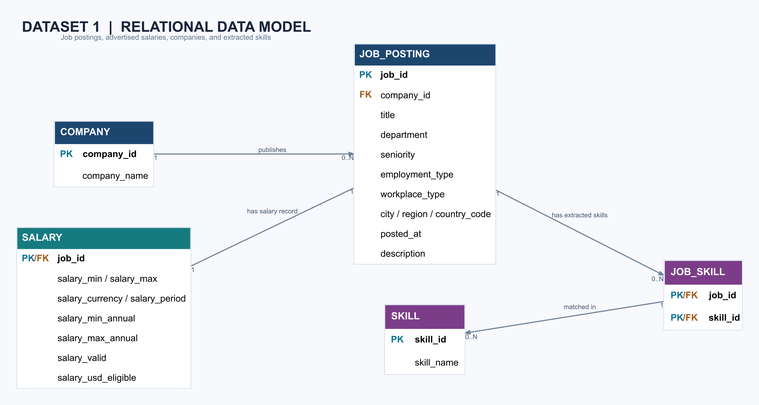
The Graphviz diagram ER_Diagram/Dataset1_ER_Diagram.png in Afwans/DATA607-Project3, before a commit. Its source is kept beside it as ER_Diagram/Dataset1_ER_Diagram.dot.
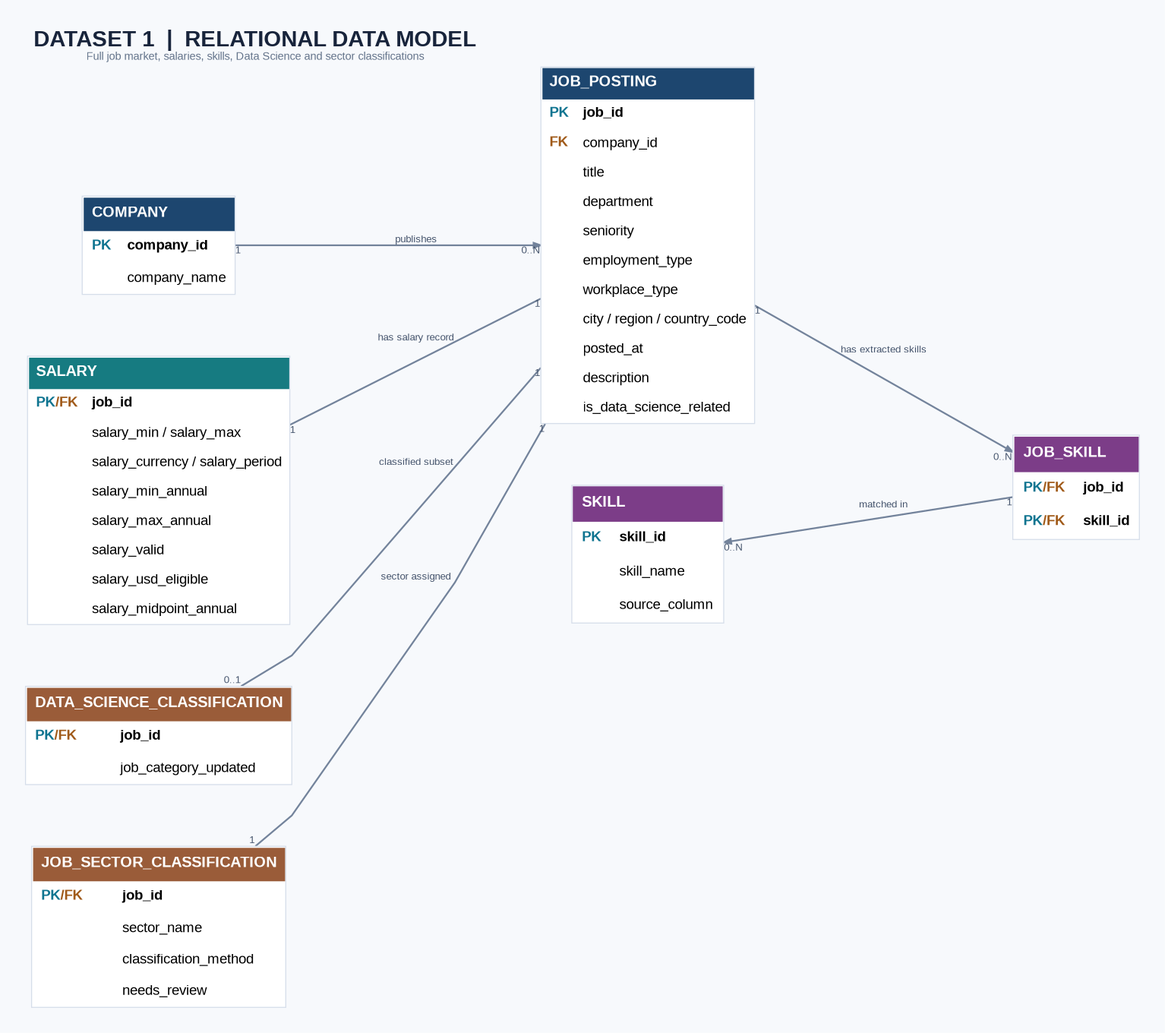
The same file after the commit.

Change to the diagram source:
```diff
@@ -1,5 +1,5 @@
 digraph Dataset1ER {
-  graph [layout=dot, rankdir=LR, bgcolor="#F7F9FC", pad="0.35", nodesep="0.85", ranksep="1.15", splines=polyline, outputorder=edgesfirst, fontname="Arial", label=<<FONT FACE="Arial" POINT-SIZE="22" COLOR="#18243B"><B>DATASET 1  |  RELATIONAL DATA MODEL</B></FONT><BR/><FONT FACE="Arial" POINT-SIZE="11" COLOR="#64748B">Job postings, advertised salaries, companies, and extracted skills</FONT>>, labelloc=t, labeljust=l];
+  graph [layout=dot, rankdir=LR, bgcolor="#F7F9FC", pad="0.35", nodesep="0.85", ranksep="1.15", splines=polyline, outputorder=edgesfirst, fontname="Arial", label=<<FONT FACE="Arial" POINT-SIZE="22" COLOR="#18243B"><B>DATASET 1  |  RELATIONAL DATA MODEL</B></FONT><BR/><FONT FACE="Arial" POINT-SIZE="11" COLOR="#64748B">Full job market, salaries, skills, Data Science and sector classifications</FONT>>, labelloc=t, labeljust=l];
   node [shape=plain, fontname="Arial"];
   edge [color="#73839B", penwidth=1.7, arrowsize=0.7, fontname="Arial", fontsize=10, fontcolor="#46556D"];
 
@@ -21,6 +21,7 @@
     <TR><TD ALIGN="LEFT"> </TD><TD ALIGN="LEFT">city / region / country_code</TD></TR>
     <TR><TD ALIGN="LEFT"> </TD><TD ALIGN="LEFT">posted_at</TD></TR>
     <TR><TD ALIGN="LEFT"> </TD><TD ALIGN="LEFT">description</TD></TR>
+    <TR><TD ALIGN="LEFT"> </TD><TD ALIGN="LEFT">is_data_science_related</TD></TR>
   </TABLE>>];
 
   SALARY [label=<<TABLE BORDER="1" CELLBORDER="0" CELLSPACING="0" CELLPADDING="7" COLOR="#D6DEEA" BGCOLOR="white">
@@ -32,6 +33,7 @@
     <TR><TD ALIGN="LEFT"> </TD><TD ALIGN="LEFT">salary_max_annual</TD></TR>
     <TR><TD ALIGN="LEFT"> </TD><TD ALIGN="LEFT">salary_valid</TD></TR>
     <TR><TD ALIGN="LEFT"> </TD><TD ALIGN="LEFT">salary_usd_eligible</TD></TR>
+    <TR><TD ALIGN="LEFT"> </TD><TD ALIGN="LEFT">salary_midpoint_annual</TD></TR>
   </TABLE>>];
 
   JOB_SKILL [label=<<TABLE BORDER="1" CELLBORDER="0" CELLSPACING="0" CELLPADDING="9" COLOR="#D6DEEA" BGCOLOR="white">
@@ -44,9 +46,25 @@
     <TR><TD BGCOLOR="#7C3D88" COLSPAN="2" ALIGN="LEFT"><FONT COLOR="white" POINT-SIZE="15"><B>SKILL</B></FONT></TD></TR>
     <TR><TD ALIGN="LEFT"><FONT COLOR="#0E7490"><B>PK</B></FONT></TD><TD ALIGN="LEFT"><B>skill_id</B></TD></TR>
     <TR><TD ALIGN="LEFT"> </TD><TD ALIGN="LEFT">skill_name</TD></TR>
+    <TR><TD ALIGN="LEFT"> </TD><TD ALIGN="LEFT">source_column</TD></TR>
   </TABLE>>];
 
-  {rank=same; COMPANY; SALARY;}
+  DATA_SCIENCE_CLASSIFICATION [label=<<TABLE BORDER="1" CELLBORDER="0" CELLSPACING="0" CELLPADDING="8" COLOR="#D6DEEA" BGCOLOR="white">
+    <TR><TD BGCOLOR="#9A5C39" COLSPAN="2" ALIGN="LEFT"><FONT COLOR="white" POINT-SIZE="15"><B>DATA_SCIENCE_CLASSIFICATION</B></FONT></TD></TR>
+    <TR><TD ALIGN="LEFT"><FONT COLOR="#0E7490"><B>PK</B></FONT><FONT COLOR="#A05A19"><B>/FK</B></FONT></TD><TD ALIGN="LEFT"><B>job_id</B></TD></TR>
+    <TR><TD ALIGN="LEFT"> </TD><TD ALIGN="LEFT">job_category_updated</TD></TR>
+  </TABLE>>];
+
+
+  JOB_SECTOR_CLASSIFICATION [label=<<TABLE BORDER="1" CELLBORDER="0" CELLSPACING="0" CELLPADDING="8" COLOR="#D6DEEA" BGCOLOR="white">
+    <TR><TD BGCOLOR="#9A5C39" COLSPAN="2" ALIGN="LEFT"><FONT COLOR="white" POINT-SIZE="15"><B>JOB_SECTOR_CLASSIFICATION</B></FONT></TD></TR>
+    <TR><TD ALIGN="LEFT"><FONT COLOR="#0E7490"><B>PK</B></FONT><FONT COLOR="#A05A19"><B>/FK</B></FONT></TD><TD ALIGN="LEFT"><B>job_id</B></TD></TR>
+    <TR><TD ALIGN="LEFT"> </TD><TD ALIGN="LEFT">sector_name</TD></TR>
+    <TR><TD ALIGN="LEFT"> </TD><TD ALIGN="LEFT">classification_method</TD></TR>
+    <TR><TD ALIGN="LEFT"> </TD><TD ALIGN="LEFT">needs_review</TD></TR>
+  </TABLE>>];
+
+  {rank=same; COMPANY; SALARY; DATA_SCIENCE_CLASSIFICATION; JOB_SECTOR_CLASSIFICATION;}
   {rank=same; JOB_POSTING;}
   {rank=same; JOB_SKILL;}
   {rank=same; SKILL;}
@@ -54,4 +72,6 @@
   JOB_POSTING -> SALARY [dir=none, taillabel="1", headlabel="1", label="has salary record", constraint=false];
   JOB_POSTING -> JOB_SKILL [taillabel="1", headlabel="0..N", label="has extracted skills", minlen=2];
   SKILL -> JOB_SKILL [dir=back, taillabel="0..N", headlabel="1", label="matched in", minlen=2];
+  JOB_POSTING -> DATA_SCIENCE_CLASSIFICATION [dir=none, taillabel="1", headlabel="0..1", label="classified subset", constraint=false];
+  JOB_POSTING -> JOB_SECTOR_CLASSIFICATION [dir=none, taillabel="1", headlabel="1", label="sector assigned", constraint=false];
 }
```
